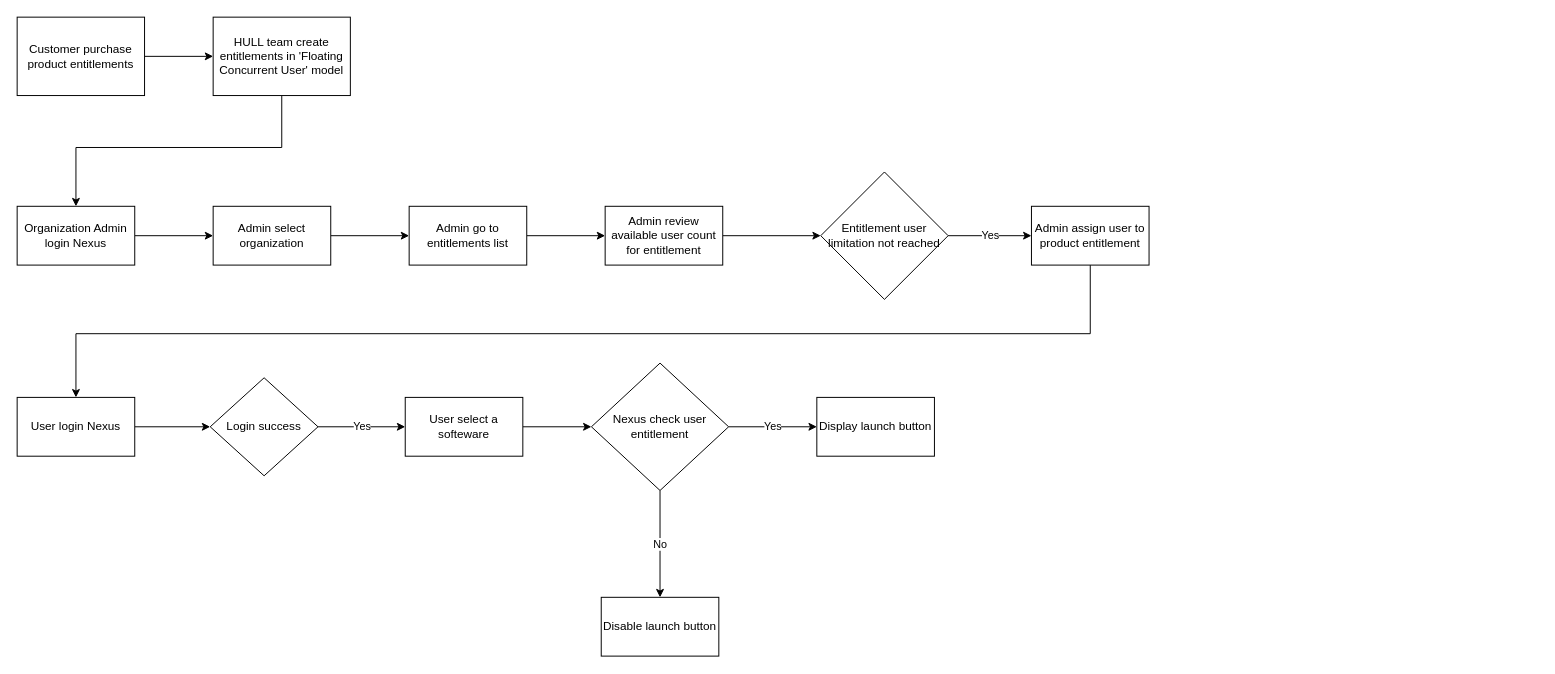
xiaowei90113/Design keeps this draw.io diagram as page "Workflow" (1 of 2) of Entitlement Workflow.drawio. Above is the earlier version. Source tidied: cells renumbered, new cells numbered last; positions are measured from the earlier drawing's top-left corner, leaving out a move shared by most shapes. Both pictures are drawn from the tidied source at 98%, with x=0, y=0 at pixel (17, 17).
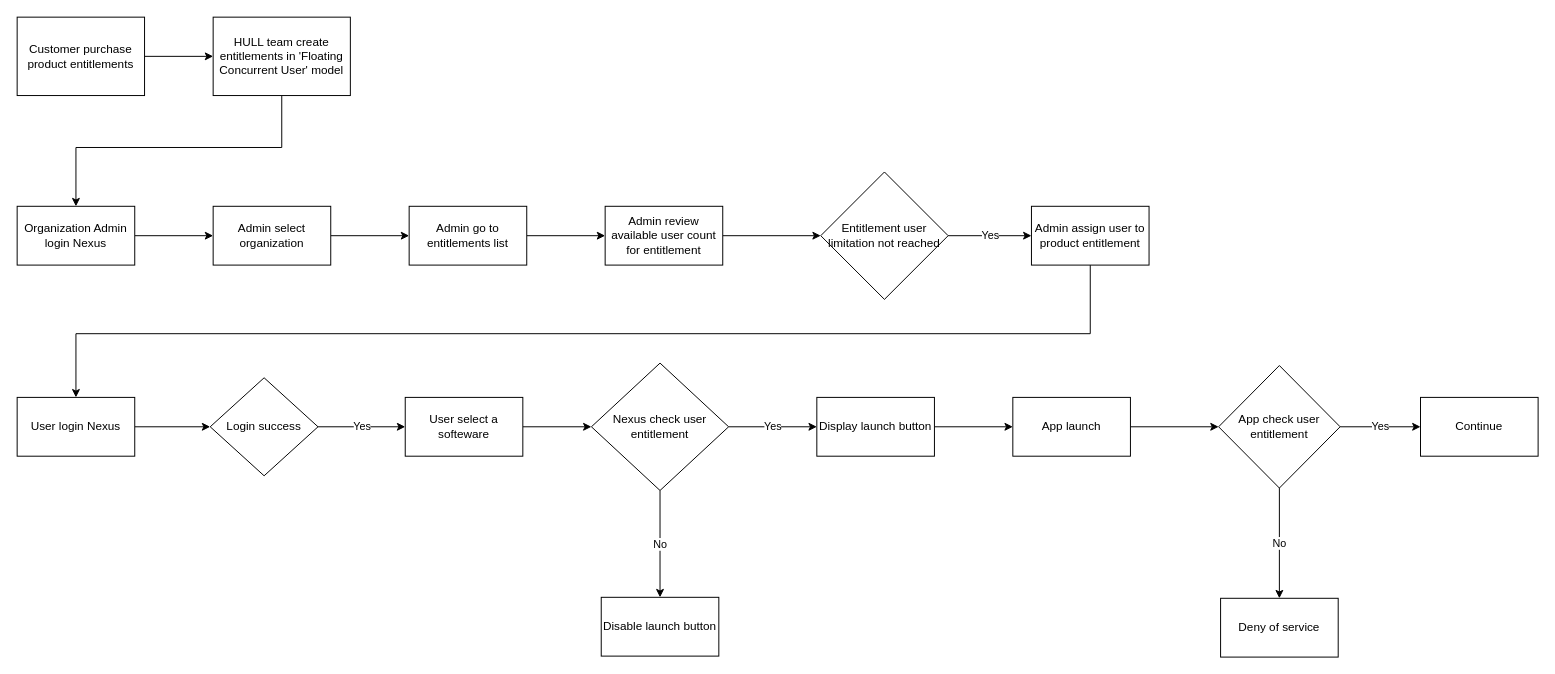
The same page after the edit.

The change refers to these unchanged cells:
```xml
<mxCell id="11" value="Display launch button" style="whiteSpace=wrap;html=1;" parent="1" vertex="1">
  <mxGeometry x="816" y="388" width="120" height="60" as="geometry" />
</mxCell>
```

The edit, as a diff of the source:
```diff
@@
+    <mxCell id="29" style="edgeStyle=orthogonalEdgeStyle;rounded=0;jettySize=auto;html=1;" parent="1" edge="1" source="11" target="31">
+      <mxGeometry relative="1" as="geometry" />
+    </mxCell>
@@
+    <mxCell id="30" style="edgeStyle=orthogonalEdgeStyle;rounded=0;jettySize=auto;html=1;" parent="1" edge="1" source="31" target="34">
+      <mxGeometry relative="1" as="geometry" />
+    </mxCell>
+    <mxCell id="31" value="App launch" style="whiteSpace=wrap;html=1;" parent="1" vertex="1">
+      <mxGeometry x="1016" y="388" width="120" height="60" as="geometry" />
+    </mxCell>
+    <mxCell id="32" value="Yes" style="edgeStyle=orthogonalEdgeStyle;rounded=0;jettySize=auto;html=1;" parent="1" edge="1" source="34" target="35">
+      <mxGeometry relative="1" as="geometry" />
+    </mxCell>
+    <mxCell id="33" value="No" style="edgeStyle=orthogonalEdgeStyle;rounded=0;jettySize=auto;html=1;" parent="1" edge="1" source="34" target="36">
+      <mxGeometry relative="1" as="geometry" />
+    </mxCell>
+    <mxCell id="34" value="App check user entitlement" style="rhombus;whiteSpace=wrap;html=1;" parent="1" vertex="1">
+      <mxGeometry x="1226" y="355.5" width="124" height="125" as="geometry" />
+    </mxCell>
+    <mxCell id="35" value="Continue" style="whiteSpace=wrap;html=1;" parent="1" vertex="1">
+      <mxGeometry x="1432" y="388" width="120" height="60" as="geometry" />
+    </mxCell>
+    <mxCell id="36" value="Deny of service" style="whiteSpace=wrap;html=1;" parent="1" vertex="1">
+      <mxGeometry x="1228" y="593" width="120" height="60" as="geometry" />
+    </mxCell>
```
